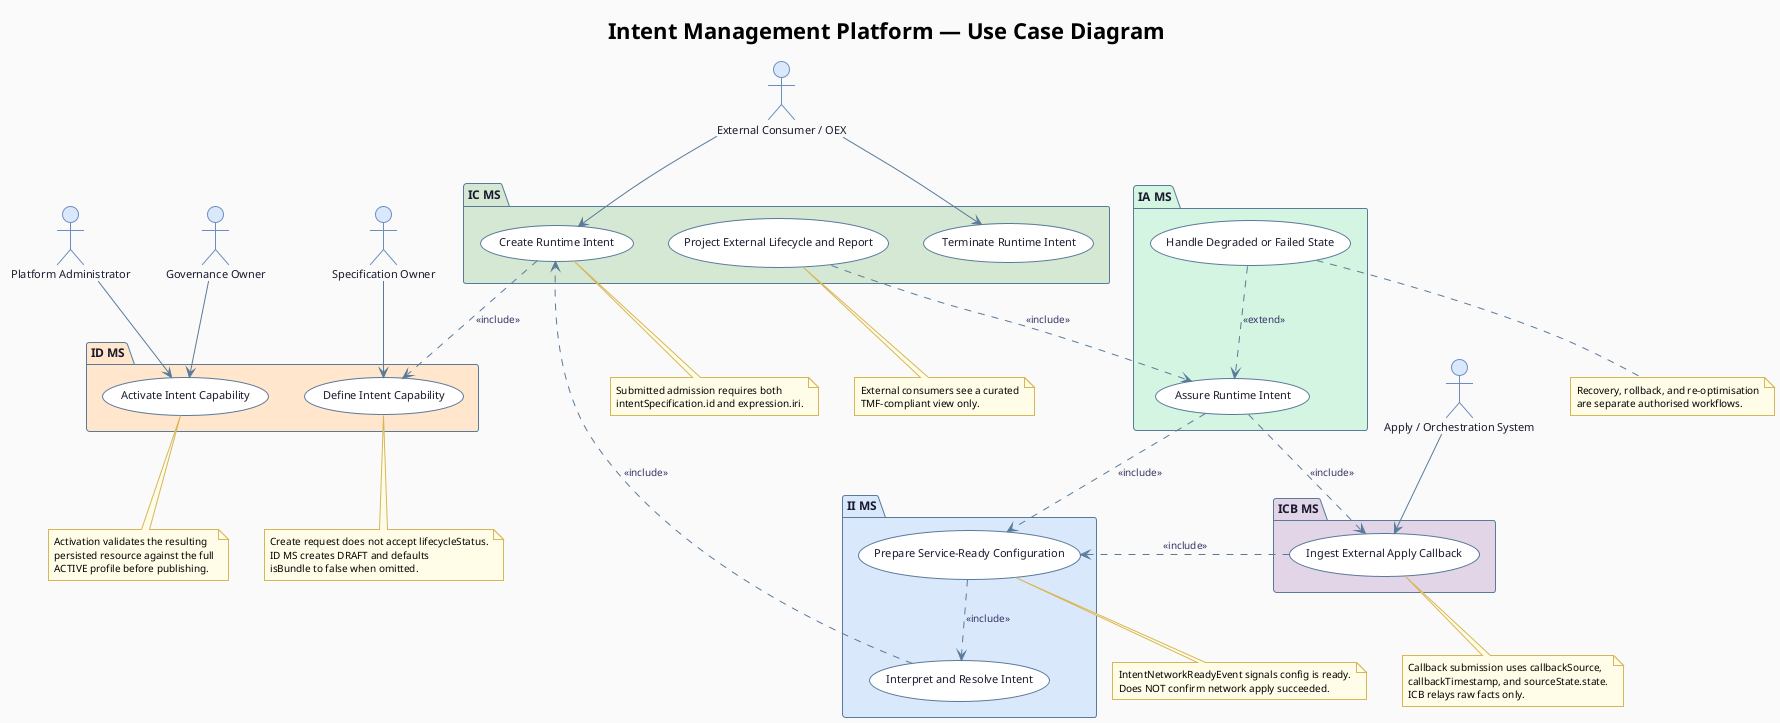
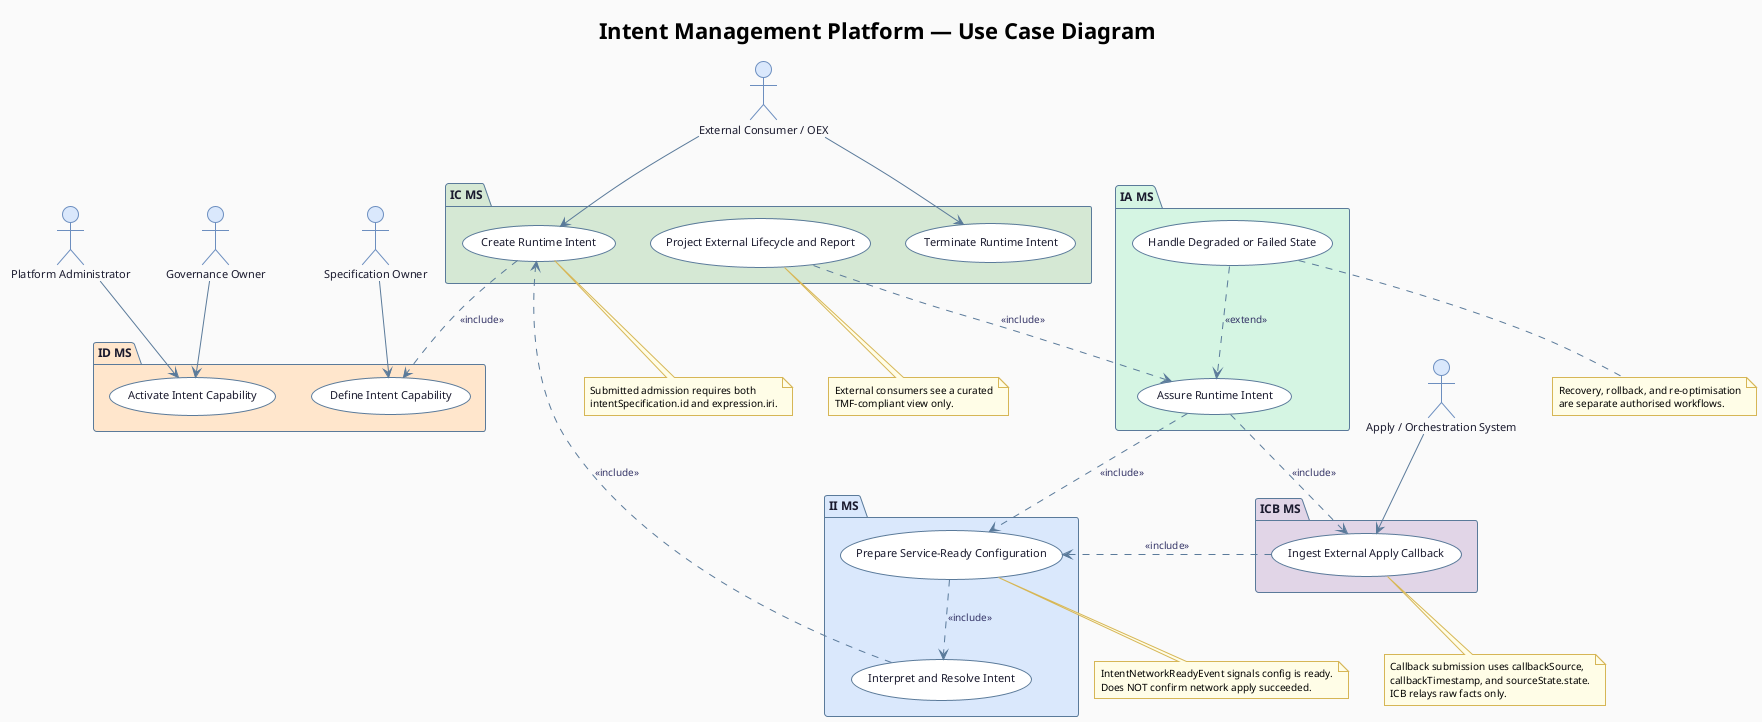
@startuml
!theme plain
skinparam backgroundColor #FAFAFA
skinparam shadowing false

skinparam usecase {
  BackgroundColor #FFFFFF
  BorderColor #5a7a9a
  FontSize 11
  FontColor #1a1a2e
  ArrowColor #5a7a9a
  ArrowFontSize 10
  ArrowFontColor #333366
}

skinparam actor {
  BackgroundColor #dae8fc
  BorderColor #6c8ebf
  FontSize 11
  FontColor #1a1a2e
}

skinparam package {
  BackgroundColor #f0f4f8
  BorderColor #5a7a9a
  FontSize 12
  FontColor #1a1a2e
}

skinparam note {
  BackgroundColor #fffde7
  BorderColor #d6b656
  FontSize 10
}

title <b>Intent Management Platform — Use Case Diagram</b>

actor "Specification Owner" as SpecOwner
actor "Governance Owner" as GovActor
actor "External Consumer / OEX" as Consumer
actor "Apply / Orchestration System" as ApplySystem
actor "Platform Administrator" as Admin

package "ID MS" #ffe6cc {
  usecase "Define Intent Capability" as UC_Define
  usecase "Activate Intent Capability" as UC_Activate
}

package "IC MS" #d5e8d4 {
  usecase "Create Runtime Intent" as UC_Create
  usecase "Terminate Runtime Intent" as UC_Terminate
  usecase "Project External Lifecycle and Report" as UC_Project
}

package "II MS" #dae8fc {
  usecase "Interpret and Resolve Intent" as UC_Interpret
  usecase "Prepare Service-Ready Configuration" as UC_Prepare
}

package "ICB MS" #e1d5e7 {
  usecase "Ingest External Apply Callback" as UC_Callback
}

package "IA MS" #d5f5e3 {
  usecase "Assure Runtime Intent" as UC_Assure
  usecase "Handle Degraded or Failed State" as UC_Degrade
}

SpecOwner   --> UC_Define
GovActor    --> UC_Activate
Admin       --> UC_Activate
Consumer    --> UC_Create
Consumer    --> UC_Terminate
ApplySystem --> UC_Callback

UC_Create    ..> UC_Define    : <<include>>
UC_Interpret ..> UC_Create    : <<include>>
UC_Prepare   ..> UC_Interpret : <<include>>
UC_Callback  ..> UC_Prepare   : <<include>>
UC_Assure    ..> UC_Prepare   : <<include>>
UC_Assure    ..> UC_Callback  : <<include>>
UC_Project   ..> UC_Assure    : <<include>>
UC_Degrade   ..> UC_Assure    : <<extend>>

- note bottom of UC_Define
-   Create request does not accept lifecycleStatus.
-   ID MS creates DRAFT and defaults
-   isBundle to false when omitted.
- end note
- 
- note bottom of UC_Activate
-   Activation validates the resulting
-   persisted resource against the full
-   ACTIVE profile before publishing.
- end note
- 
note bottom of UC_Create
  Submitted admission requires both
  intentSpecification.id and expression.iri.
end note

note bottom of UC_Prepare
  IntentNetworkReadyEvent signals config is ready.
  Does NOT confirm network apply succeeded.
end note

note bottom of UC_Callback
  Callback submission uses callbackSource,
  callbackTimestamp, and sourceState.state.
  ICB relays raw facts only.
end note

note bottom of UC_Project
  External consumers see a curated
  TMF-compliant view only.
end note

note bottom of UC_Degrade
  Recovery, rollback, and re-optimisation
  are separate authorised workflows.
end note

@enduml